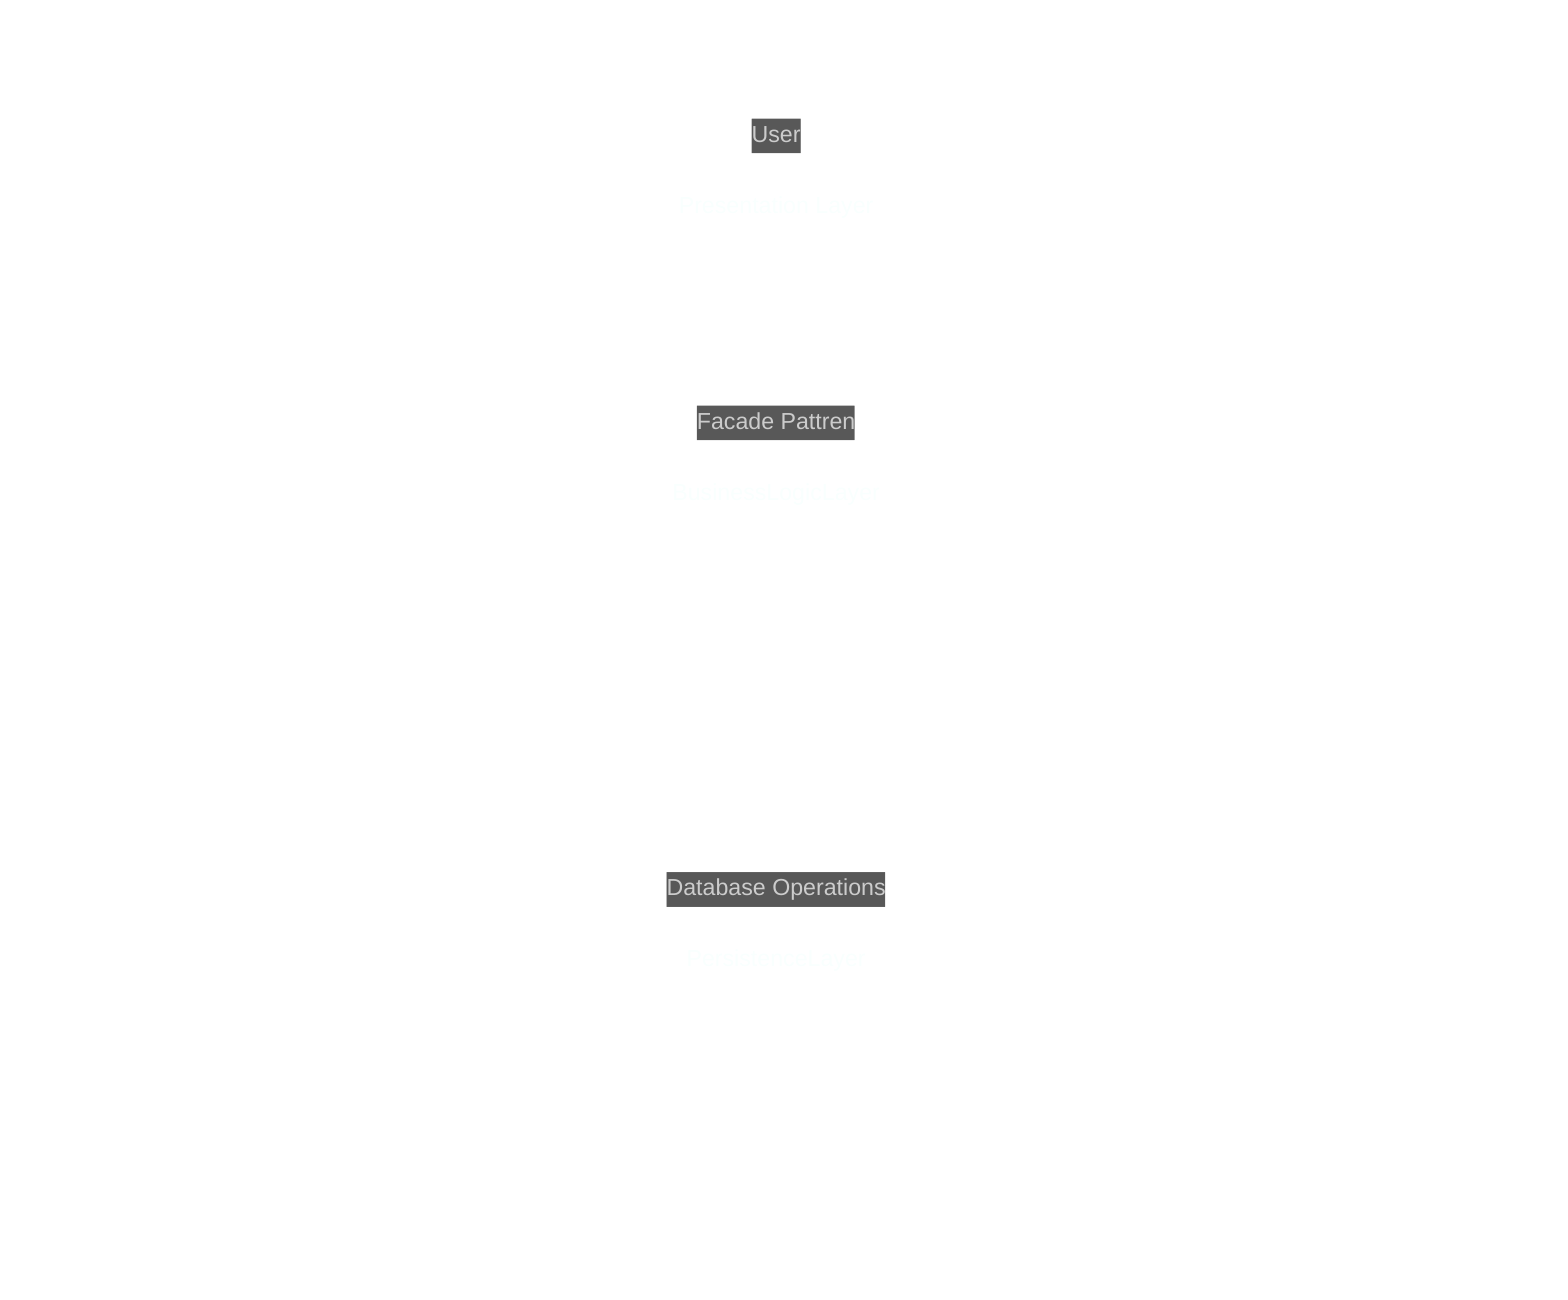
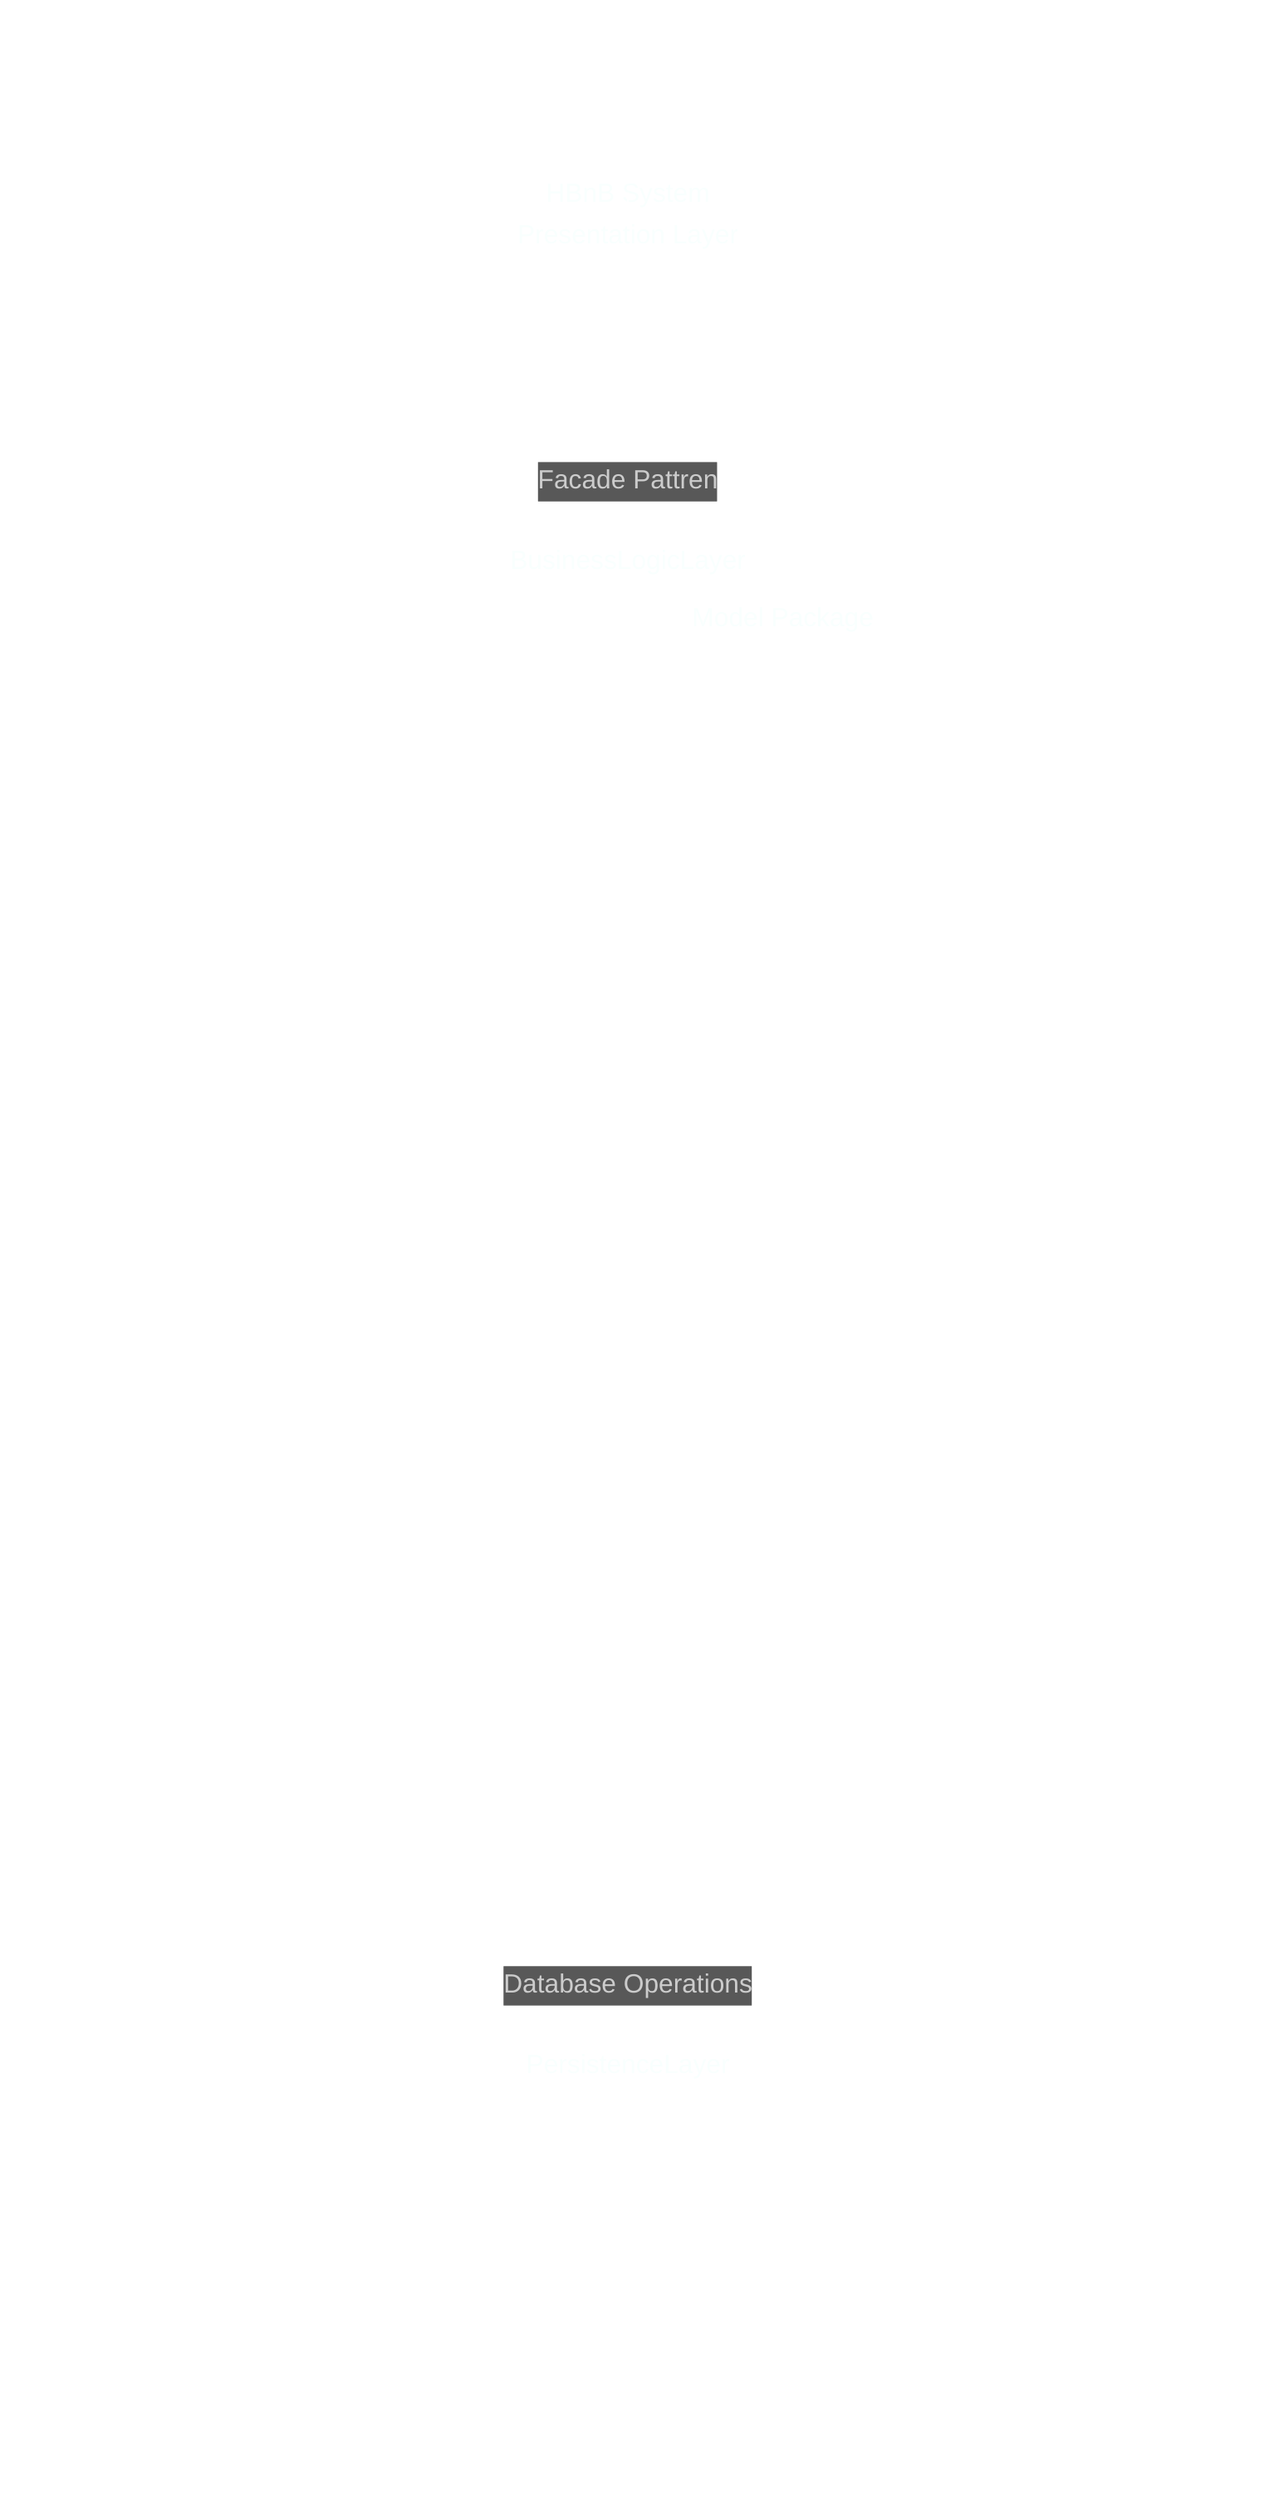
%%{init: {'theme': 'dark', 'themeVariables': { 'lineColor': '#ffffff', 'clusterBkg': 'transparent', 'clusterBorder': '#ffffff', 'mainBkg': 'transparent', 'nodeBorder': '#ffffff'}}}%%
flowchart TD
    %% Base styling to ensure transparent boxes and white text
    classDef default fill:transparent,stroke:#ffffff,stroke-width:1px,color:#ffffff

-     %% Actor
-     User(("fa:fa-user<br>User"))
+     %% Actor (Using fa-male for a more "stick-figure" full-body appearance)
+     User(("fa:fa-male<br>User"))

-     %% Presentation Layer
-     subgraph PL ["Presentation Layer"]
-         API["API"]
+     %% Main System Boundary
+     subgraph System ["HBnB System"]
+ 
+         %% Presentation Layer
+         subgraph PL ["Presentation Layer"]
+             Services["Services"] ~~~ API["API"]
+         end
+ 
+         %% Business Logic Layer
+         subgraph BLL ["BusinessLogicLayer"]
+             Facade["Facade"]
+ 
+             subgraph Model ["Model Package"]
+                 %% Grid layout for Model items
+                 UserM["User"] ~~~ Place["Place"]
+                 Favorite["Favorite"]
+                 Amenity["Amenity"] ~~~ Review["Review"]
+ 
+                 %% Invisible links to force Favorite to the middle
+                 UserM ~~~ Favorite
+                 Place ~~~ Favorite
+                 Favorite ~~~ Amenity
+                 Favorite ~~~ Review
+             end
+ 
+             %% Connection from Facade to the Model Package boundary
+             Facade --> Model
+         end
+ 
+         %% Persistence Layer
+         subgraph PerL ["PersistenceLayer"]
+             %% Grid structure
+             RevR["Review Repo"] ~~~ PlaceR["Place Repo"]
+             AmenR["Amenity Repo"] ~~~ UserR["User Repo"]
+ 
+             %% Vertical alignment enforcement
+             RevR ~~~ AmenR
+             PlaceR ~~~ UserR
+         end
+ 
+         %% Layer-to-Layer Connections with highlighted labels
+         PL -->|"<span style='background-color:#333333; padding:2px 6px; border-radius:2px;'>Facade Pattren</span>"| BLL
+         BLL -->|"<span style='background-color:#333333; padding:2px 6px; border-radius:2px;'>Database Operations</span>"| PerL
    end

-     %% Business Logic Layer
-     subgraph BLL ["BusinessLogicLayer"]
-         %% Grid structure
-         PlaceS["Place Services"] ~~~ ValS["Validation Services"]
-         AuthS["Authentication Services"] ~~~ UserS["User Services"]
-         AmenS["Amenity Services"] ~~~ RevS["Review Services"]
- 
-         %% Vertical alignment enforcement
-         PlaceS ~~~ AuthS ~~~ AmenS
-         ValS ~~~ UserS ~~~ RevS
-     end
- 
-     %% Persistence Layer
-     subgraph PerL ["PersistenceLayer"]
-         %% Grid structure
-         RevR["Review Repo"] ~~~ PlaceR["Place Repo"]
-         AmenR["Amenity Repo"] ~~~ UserR["User Repo"]
- 
-         %% Vertical alignment enforcement
-         RevR ~~~ AmenR
-         PlaceR ~~~ UserR
-     end
- 
-     %% Relationships and Data Flow with HTML styled highlighted labels
-     User -.->|"<span style='background-color:#333333; padding:2px 6px; border-radius:2px;'>User</span>"| PL
-     PL -->|"<span style='background-color:#333333; padding:2px 6px; border-radius:2px;'>Facade Pattren</span>"| BLL
-     BLL -->|"<span style='background-color:#333333; padding:2px 6px; border-radius:2px;'>Database Operations</span>"| PerL+     %% Actor Connection to the System
+     User -.-> PL